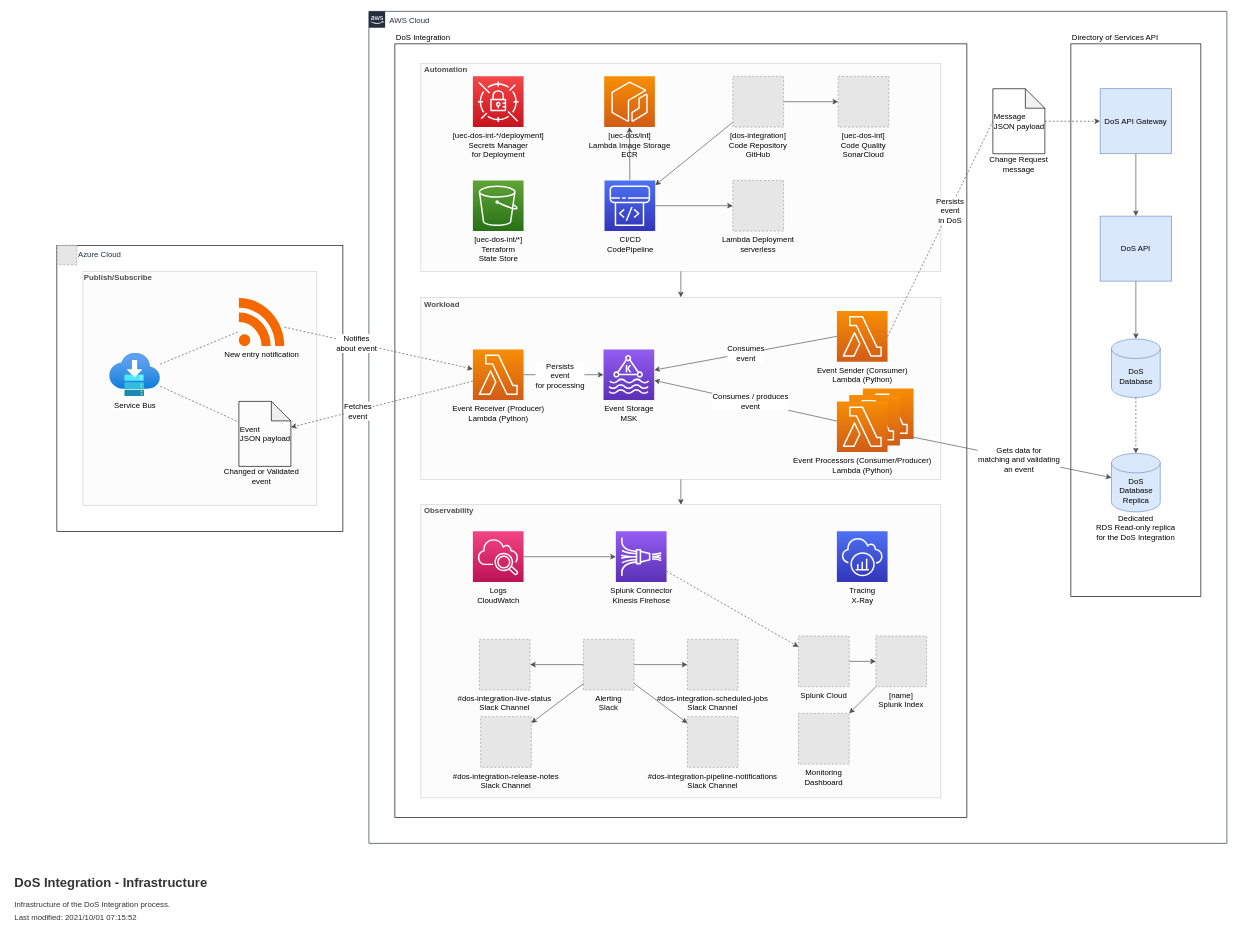
The draw.io diagram page "Infrastructure" (5 of 5) of documentation/diagrams/DoS Integration.drawio in nhsd-exeter/dos-integration, before the edit. Source tidied: cells renumbered, new cells numbered last; positions are measured from the earlier drawing's top-left corner, leaving out a move shared by most shapes. Both pictures are drawn from the tidied source at 65%, with x=0, y=0 at pixel (11, 11). Pictures stored in the file or linked from it are replaced by grey dashed boxes.
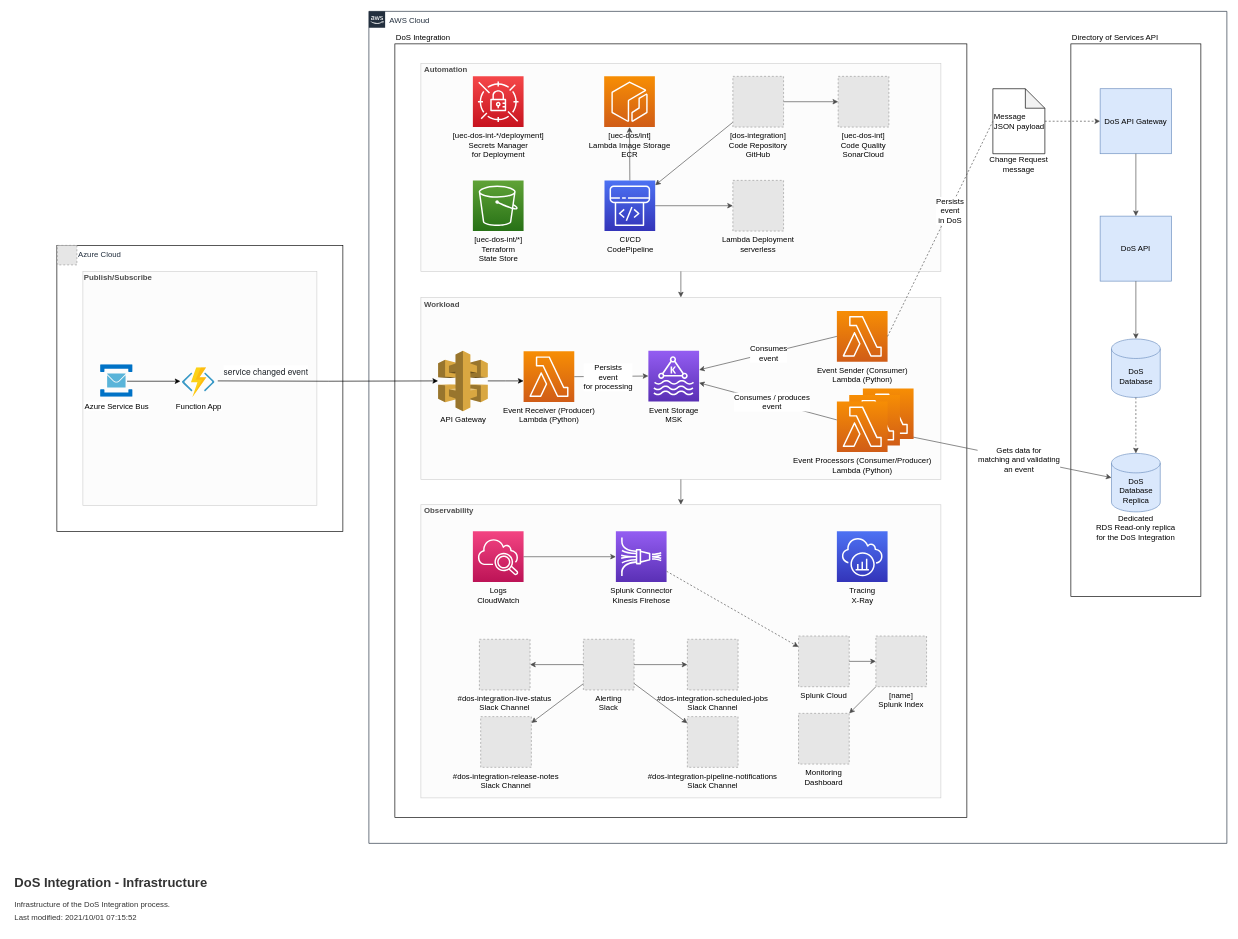
Above is the later version.

Diff of the diagram source:
```diff
@@
     <mxCell id="11" value="Event&amp;nbsp;&lt;span style=&quot;&quot;&gt;Receiver (Producer)&lt;br&gt;Lambda (Python)&lt;br&gt;&lt;/span&gt;" style="points=[[0,0,0],[0.25,0,0],[0.5,0,0],[0.75,0,0],[1,0,0],[0,1,0],[0.25,1,0],[0.5,1,0],[0.75,1,0],[1,1,0],[0,0.25,0],[0,0.5,0],[0,0.75,0],[1,0.25,0],[1,0.5,0],[1,0.75,0]];outlineConnect=0;fontColor=#000000;gradientColor=#F78E04;gradientDirection=north;fillColor=#D05C17;strokeColor=#ffffff;dashed=0;verticalLabelPosition=bottom;verticalAlign=top;align=center;html=1;fontSize=12;fontStyle=0;shape=mxgraph.aws4.resourceIcon;resIcon=mxgraph.aws4.lambda;" parent="1" vertex="1">
-      <mxGeometry x="710" y="520" width="78" height="78" as="geometry" />
+      <mxGeometry x="788" y="523" width="78" height="78" as="geometry" />
     </mxCell>
-    <mxCell id="12" style="endArrow=classic;html=1;strokeColor=#4D4D4D;dashed=1;" parent="1" edge="1" source="11" target="14">
-      <mxGeometry relative="1" as="geometry" />
-    </mxCell>
-    <mxCell id="13" value="Fetches&lt;br&gt;event" style="edgeLabel;html=1;align=center;verticalAlign=middle;fontSize=12;fontColor=#000000;" parent="12" vertex="1">
-      <mxGeometry x="0.27" y="1" relative="1" as="geometry" />
-    </mxCell>
-    <mxCell id="14" value="Event&lt;br&gt;JSON payload" style="shape=note;whiteSpace=wrap;html=1;backgroundOutline=1;darkOpacity=0.05;fillColor=none;align=left;" parent="1" vertex="1">
-      <mxGeometry x="350" y="600" width="80" height="100" as="geometry" />
-    </mxCell>
@@
     <mxCell id="59" value="Event Storage&lt;br&gt;MSK" style="sketch=0;points=[[0,0,0],[0.25,0,0],[0.5,0,0],[0.75,0,0],[1,0,0],[0,1,0],[0.25,1,0],[0.5,1,0],[0.75,1,0],[1,1,0],[0,0.25,0],[0,0.5,0],[0,0.75,0],[1,0.25,0],[1,0.5,0],[1,0.75,0]];outlineConnect=0;fontColor=#000000;gradientColor=#945DF2;gradientDirection=north;fillColor=#5A30B5;strokeColor=#ffffff;dashed=0;verticalLabelPosition=bottom;verticalAlign=top;align=center;html=1;fontSize=12;fontStyle=0;shape=mxgraph.aws4.resourceIcon;resIcon=mxgraph.aws4.managed_streaming_for_kafka;" parent="1" vertex="1">
-      <mxGeometry x="911" y="520" width="78" height="78" as="geometry" />
+      <mxGeometry x="980" y="522" width="78" height="78" as="geometry" />
     </mxCell>
@@
-    <mxCell id="76" value="New entry notification" style="dashed=0;outlineConnect=0;html=1;align=center;labelPosition=center;verticalLabelPosition=bottom;verticalAlign=top;shape=mxgraph.weblogos.rss;fillColor=#F56800;strokeColor=none;" parent="1" vertex="1">
-      <mxGeometry x="350" y="441" width="70" height="74" as="geometry" />
-    </mxCell>
-    <mxCell id="77" style="endArrow=classic;html=1;strokeColor=#4D4D4D;dashed=1;" parent="1" edge="1" source="76" target="11">
-      <mxGeometry relative="1" as="geometry" />
-    </mxCell>
-    <mxCell id="78" value="Notifies&lt;br&gt;about event" style="edgeLabel;html=1;align=center;verticalAlign=middle;fontSize=12;fontColor=#000000;" parent="77" vertex="1">
-      <mxGeometry x="-0.24" relative="1" as="geometry" />
-    </mxCell>
@@
-    <mxCell id="80" value="Service Bus" style="html=1;points=[];align=center;image;fontSize=12;image=img/lib/azure2/general/Service_Bus.svg;fontColor=#000000;" parent="1" vertex="1">
-      <mxGeometry x="151" y="525.6" width="78" height="66.9" as="geometry" />
-    </mxCell>
-    <mxCell id="81" style="endArrow=none;html=1;strokeColor=#4D4D4D;dashed=1;startArrow=none;startFill=0;endFill=0;" parent="1" edge="1" source="80" target="76">
-      <mxGeometry relative="1" as="geometry" />
-    </mxCell>
-    <mxCell id="82" style="endArrow=none;html=1;strokeColor=#4D4D4D;dashed=1;startArrow=none;startFill=0;endFill=0;" parent="1" edge="1" source="80" target="14">
-      <mxGeometry relative="1" as="geometry" />
-    </mxCell>
@@
-    <mxCell id="84" value="Changed or Validated&lt;br&gt;event" style="text;html=1;strokeColor=none;fillColor=none;align=center;verticalAlign=middle;whiteSpace=wrap;rounded=0;fontSize=12;fontColor=#000000;" parent="1" vertex="1">
-      <mxGeometry x="315" y="700" width="140" height="31" as="geometry" />
-    </mxCell>
@@
+    <mxCell id="88" value="&lt;div&gt;Azure Service Bus&lt;/div&gt;" style="html=1;align=center;image;fontSize=12;image=img/lib/mscae/Service_Bus.svg;" parent="1" vertex="1">
+      <mxGeometry x="137" y="543.5" width="50" height="50" as="geometry" />
+    </mxCell>
+    <mxCell id="89" style="edgeStyle=orthogonalEdgeStyle;rounded=0;jettySize=auto;html=1;" parent="1" edge="1" source="93" target="11">
+      <mxGeometry relative="1" as="geometry">
+        <Array as="points">
+          <mxPoint x="760" y="569" />
+          <mxPoint x="760" y="569" />
+        </Array>
+      </mxGeometry>
+    </mxCell>
+    <mxCell id="90" value="&lt;span style=&quot;color: rgb(29 , 34 , 40) ; font-family: &amp;#34;helvetica neue&amp;#34; , &amp;#34;helvetica&amp;#34; , &amp;#34;arial&amp;#34; , sans-serif ; font-size: 13px ; background-color: rgb(255 , 255 , 255)&quot;&gt;service changed event&lt;/span&gt;" style="text;html=1;strokeColor=none;fillColor=none;align=left;verticalAlign=middle;whiteSpace=wrap;rounded=0;" parent="1" vertex="1">
+      <mxGeometry x="325" y="545" width="140" height="20" as="geometry" />
+    </mxCell>
+    <mxCell id="91" style="edgeStyle=orthogonalEdgeStyle;rounded=0;jettySize=auto;html=1;" parent="1" edge="1" target="93">
+      <mxGeometry relative="1" as="geometry">
+        <mxPoint x="317.5" y="568.5" as="sourcePoint" />
+      </mxGeometry>
+    </mxCell>
+    <mxCell id="92" style="endArrow=classic;html=1;" parent="1" edge="1">
+      <mxGeometry relative="1" as="geometry">
+        <mxPoint x="178" y="569" as="sourcePoint" />
+        <mxPoint x="260" y="569" as="targetPoint" />
+      </mxGeometry>
+    </mxCell>
+    <mxCell id="93" value="API Gateway" style="outlineConnect=0;dashed=0;verticalLabelPosition=bottom;verticalAlign=top;align=center;html=1;shape=mxgraph.aws3.api_gateway;fillColor=#D9A741;gradientColor=none;" parent="1" vertex="1">
+      <mxGeometry x="656.5" y="522" width="76.5" height="93" as="geometry" />
+    </mxCell>
+    <mxCell id="94" value="Function App" style="html=1;align=center;image;fontSize=12;image=img/lib/mscae/Functions.svg;" parent="1" vertex="1">
+      <mxGeometry x="263" y="548" width="50" height="46" as="geometry" />
+    </mxCell>
```
